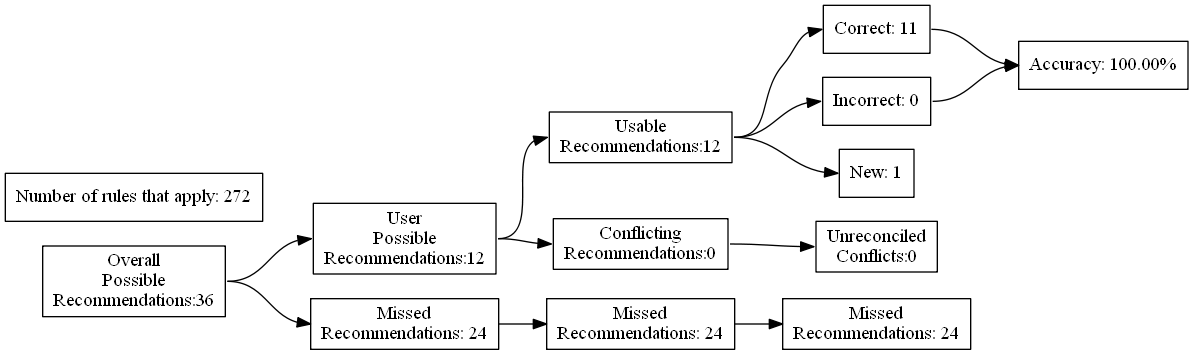
ZaxR/ibd_diet_analysis keeps this Graphviz diagram as test_renders/53.gv.png. Above is the earlier version. Its source is kept beside it as test_renders/53.gv. Its diagram source:
```dot
digraph {
	graph [rankdir=LR]
	node [pos=r shape=box]
	edge [headport=w tailport=e]
		A [label="Overall
Possible
Recommendations:36"]
		B [label="User
Possible
Recommendations:12"]
		C [label="Missed
Recommendations: 24"]
		D [label="Usable
Recommendations:12"]
		E [label="Conflicting
Recommendations:0"]
		J [label="Missed
Recommendations: 24"]
		M [label="Unreconciled
Conflicts:0"]
		F [label="Correct: 11"]
		G [label="Incorrect: 0"]
		H [label="New: 1"]
		K [label="Missed
Recommendations: 24"]
		I [label="Accuracy: 100.00%"]
		l [label="Number of rules that apply: 272"]
			A -> B
			A -> C
			B -> D
			B -> E
			D -> F
			D -> G
			D -> H
			F -> I
			G -> I
			C -> J
			J -> K
			E -> M
}
```
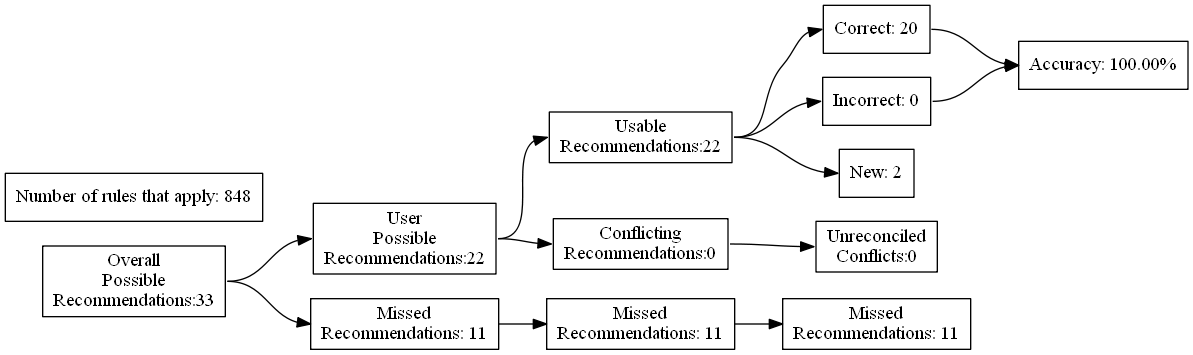
The same diagram one commit later.

What changed in the source:
```diff
@@ -4,27 +4,27 @@
 	edge [headport=w tailport=e]
 		A [label="Overall
 Possible
-Recommendations:36"]
+Recommendations:33"]
 		B [label="User
 Possible
-Recommendations:12"]
+Recommendations:22"]
 		C [label="Missed
-Recommendations: 24"]
+Recommendations: 11"]
 		D [label="Usable
-Recommendations:12"]
+Recommendations:22"]
 		E [label="Conflicting
 Recommendations:0"]
 		J [label="Missed
-Recommendations: 24"]
+Recommendations: 11"]
 		M [label="Unreconciled
 Conflicts:0"]
-		F [label="Correct: 11"]
+		F [label="Correct: 20"]
 		G [label="Incorrect: 0"]
-		H [label="New: 1"]
+		H [label="New: 2"]
 		K [label="Missed
-Recommendations: 24"]
+Recommendations: 11"]
 		I [label="Accuracy: 100.00%"]
-		l [label="Number of rules that apply: 272"]
+		l [label="Number of rules that apply: 848"]
 			A -> B
 			A -> C
 			B -> D
```
